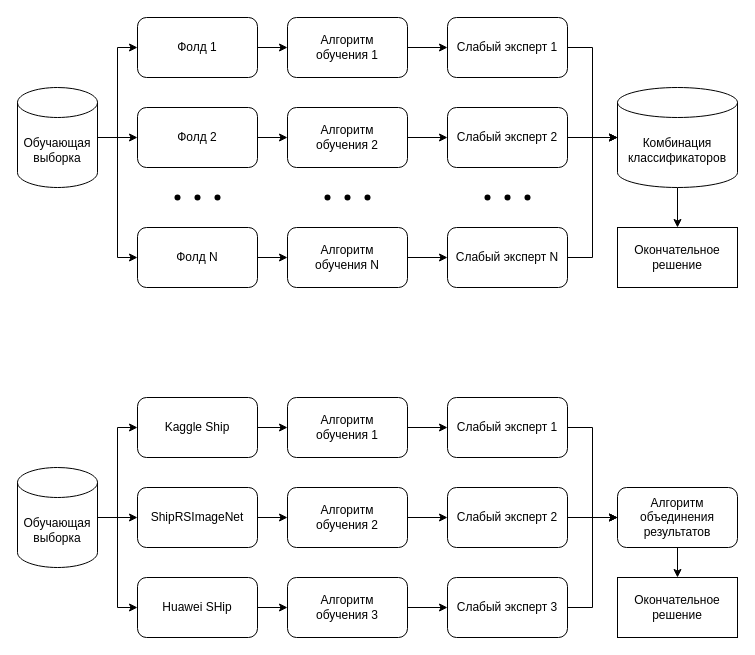
Above: page "bagging" (10 of 20) of docs/drawio/research-schemas.drawio in migregal/bmstu-iu7-thesis (draw.io), before the change. Source tidied: cells renumbered, new cells numbered last; positions are measured from the earlier drawing's top-left corner, leaving out a move shared by most shapes. Both pictures are drawn from the tidied source at 100%, with x=0, y=0 at pixel (17, 17).
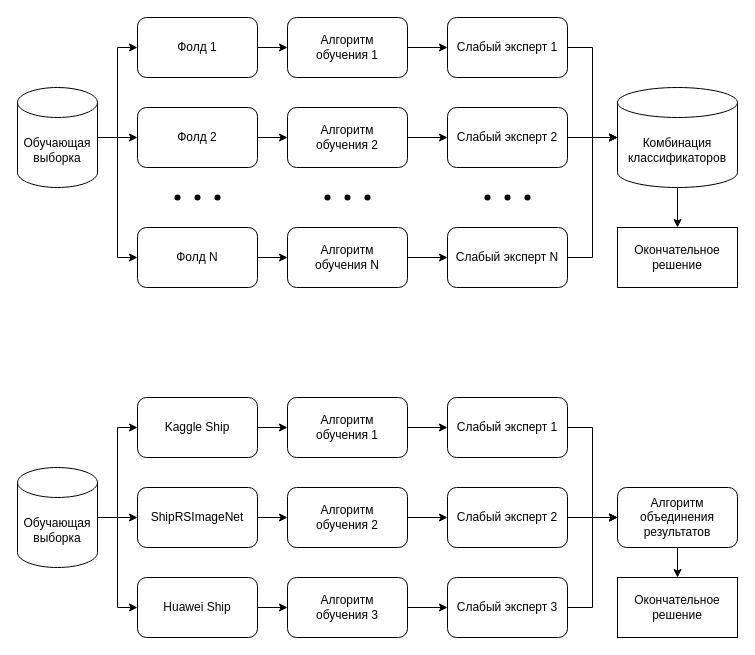
The same page after the edit.

Diff of the diagram source:
```diff
@@
-    <mxCell id="57" value="Huawei SHip" style="rounded=1;whiteSpace=wrap;html=1;" parent="1" vertex="1">
+    <mxCell id="57" value="Huawei Ship" style="rounded=1;whiteSpace=wrap;html=1;" parent="1" vertex="1">
       <mxGeometry x="120" y="560" width="120" height="60" as="geometry" />
     </mxCell>
```
